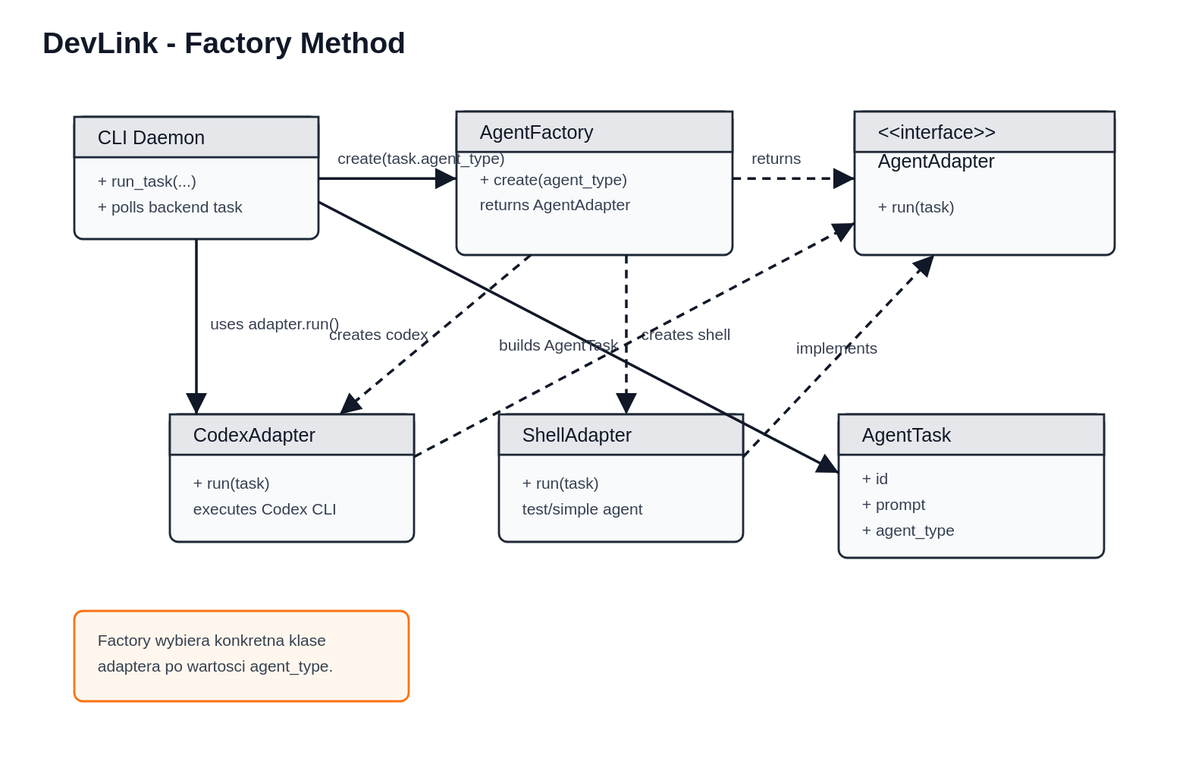
Above: docs/patterns/factory-method/factory-method.svg in Adam903PL/codex-mobile (PlantUML), before the change. Its source is kept beside it as docs/patterns/factory-method/factory-method.puml. Its diagram source:
```plantuml
@startuml
title DevLink - Factory Method (wzorzec kreacyjny)

skinparam classAttributeIconSize 0
skinparam shadowing false
skinparam packageStyle rectangle

class "CLI Daemon" as Daemon {
  +run_task(client, task_payload)
}

class AgentFactory {
  +create(agent_type: str): AgentAdapter
}

interface AgentAdapter {
  +run(task: AgentTask): AsyncIterator<AgentEvent>
}

class CodexAdapter {
  +run(task: AgentTask): AsyncIterator<AgentEvent>
}

class ShellAdapter {
  +run(task: AgentTask): AsyncIterator<AgentEvent>
}

class AgentTask {
  +id: str
  +prompt: str
  +project_path: str
  +agent_type: str
}

class AgentEvent {
  +event_type: str
  +message: str
  +payload: dict
}

Daemon --> AgentFactory : create(task.agent_type)
Daemon --> AgentAdapter : adapter.run(task)
Daemon --> AgentTask : builds

AgentFactory ..> CodexAdapter : creates when "codex"
AgentFactory ..> ShellAdapter : creates when "shell"
AgentFactory ..> AgentAdapter : returns

CodexAdapter ..|> AgentAdapter
ShellAdapter ..|> AgentAdapter

AgentAdapter --> AgentTask : consumes
AgentAdapter --> AgentEvent : emits

note right of AgentFactory
Factory Method ukrywa decyzje,
ktora konkretna klasa agenta
ma zostac utworzona.
end note

@enduml
```
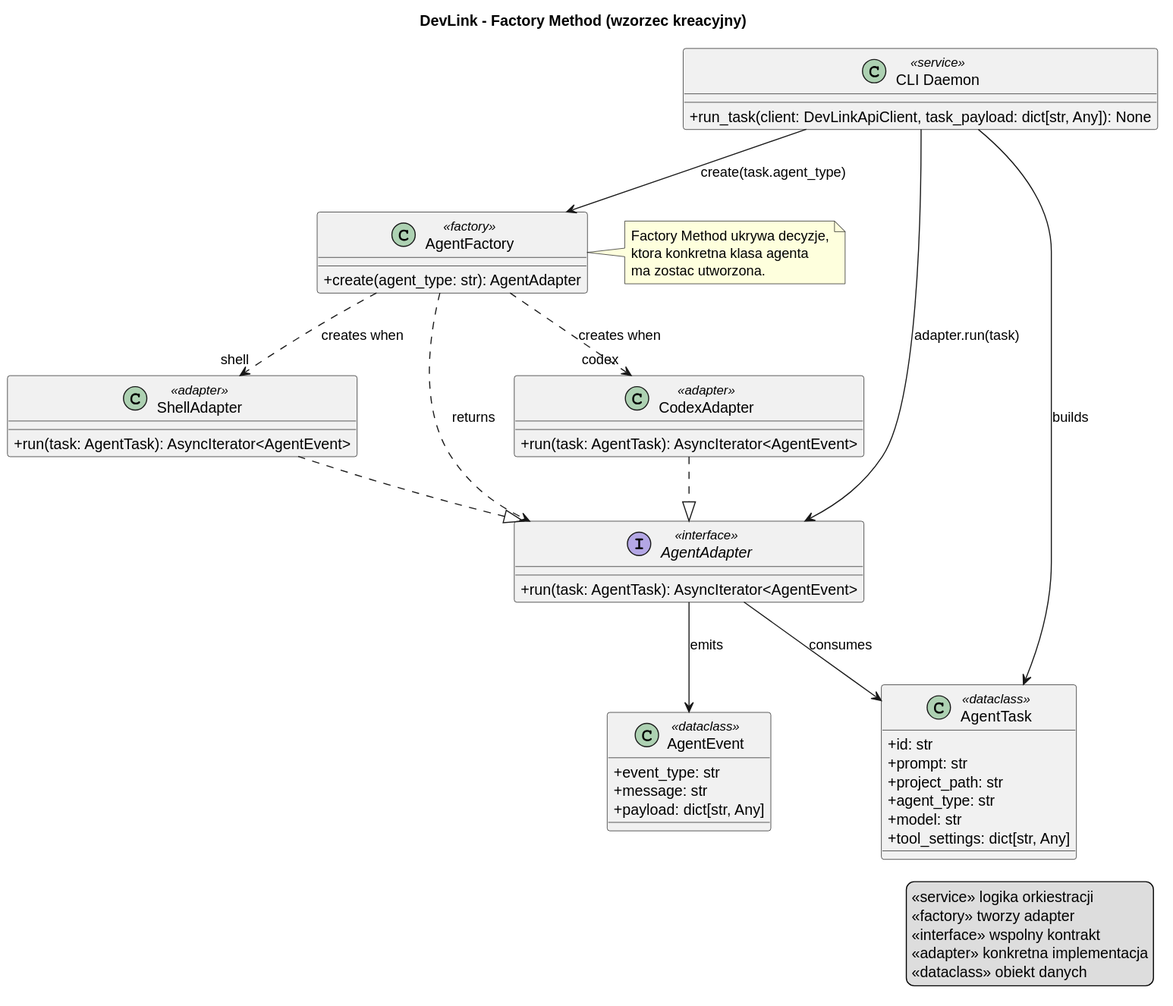
The same diagram one commit later.

The edit, as a diff of the source:
```diff
@@ -5,37 +5,39 @@
 skinparam shadowing false
 skinparam packageStyle rectangle
 
-class "CLI Daemon" as Daemon {
-  +run_task(client, task_payload)
+class "CLI Daemon" as Daemon <<service>> {
+  +run_task(client: DevLinkApiClient, task_payload: dict[str, Any]): None
 }
 
-class AgentFactory {
+class AgentFactory <<factory>> {
   +create(agent_type: str): AgentAdapter
 }
 
-interface AgentAdapter {
+interface AgentAdapter <<interface>> {
   +run(task: AgentTask): AsyncIterator<AgentEvent>
 }
 
-class CodexAdapter {
+class CodexAdapter <<adapter>> {
   +run(task: AgentTask): AsyncIterator<AgentEvent>
 }
 
-class ShellAdapter {
+class ShellAdapter <<adapter>> {
   +run(task: AgentTask): AsyncIterator<AgentEvent>
 }
 
-class AgentTask {
+class AgentTask <<dataclass>> {
   +id: str
   +prompt: str
   +project_path: str
   +agent_type: str
+  +model: str
+  +tool_settings: dict[str, Any]
 }
 
-class AgentEvent {
+class AgentEvent <<dataclass>> {
   +event_type: str
   +message: str
-  +payload: dict
+  +payload: dict[str, Any]
 }
 
 Daemon --> AgentFactory : create(task.agent_type)
@@ -58,4 +60,12 @@
 ma zostac utworzona.
 end note
 
+legend right
+  <<service>> logika orkiestracji
+  <<factory>> tworzy adapter
+  <<interface>> wspolny kontrakt
+  <<adapter>> konkretna implementacja
+  <<dataclass>> obiekt danych
+endlegend
+
 @enduml
```
